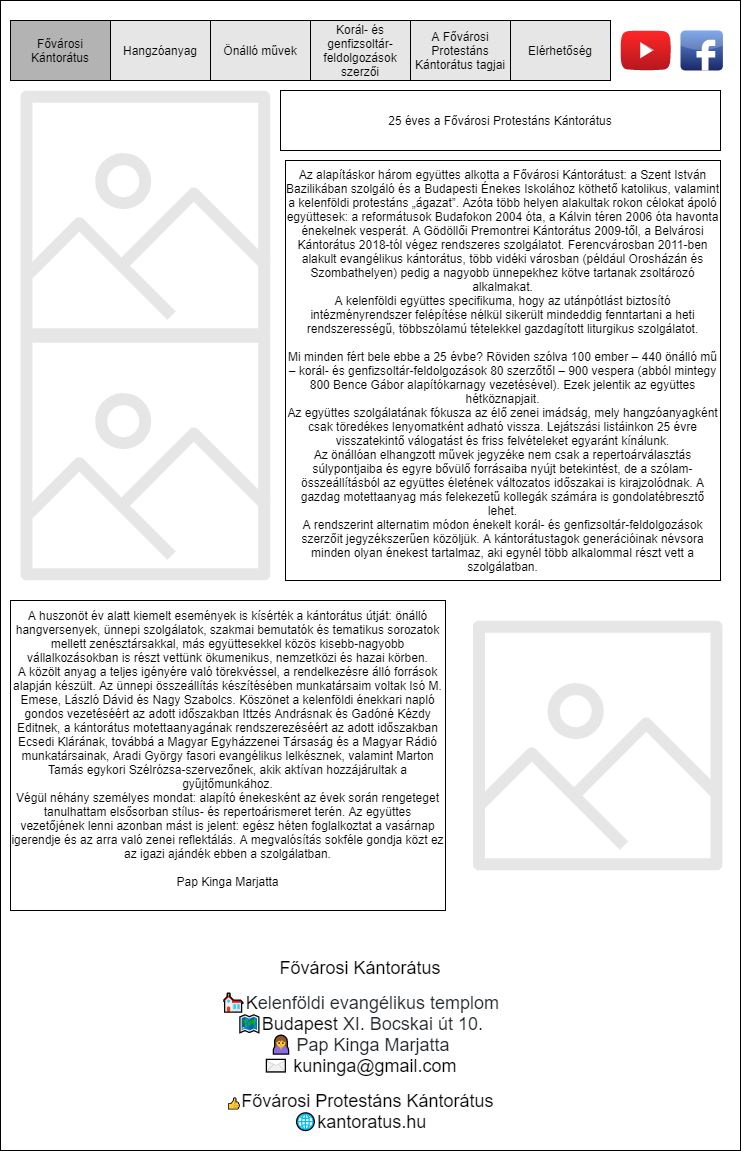
This is Docs/Specs/Fooldal/Fooldal.png from FanBar/Kantoratus, a draw.io export, as it was before one commit. Source tidied: cells renumbered, new cells last; positions are measured from the earlier drawing's top-left corner, leaving out a move shared by most shapes. The source it was exported from:
```xml
<mxGraphModel>
  <root>
    <mxCell id="0" />
    <mxCell id="1" parent="0" />
    <mxCell id="2" style="rounded=0;whiteSpace=wrap;html=1;fillColor=#FFFFFF;" parent="1" vertex="1">
      <mxGeometry width="740" height="1150" as="geometry" />
    </mxCell>
    <mxCell id="3" value="Fővárosi Kántorátus" style="rounded=0;whiteSpace=wrap;html=1;fillColor=#B3B3B3;" parent="1" vertex="1">
      <mxGeometry x="10" y="20" width="100" height="60" as="geometry" />
    </mxCell>
    <mxCell id="4" style="dashed=0;html=1;align=center;labelPosition=center;verticalLabelPosition=bottom;verticalAlign=top;shape=mxgraph.webicons.facebook;fillColor=#6294E4;gradientColor=#1A2665;" parent="1" vertex="1">
      <mxGeometry x="680" y="30" width="42.4" height="40" as="geometry" />
    </mxCell>
    <mxCell id="5" style="dashed=0;html=1;align=center;labelPosition=center;verticalLabelPosition=bottom;verticalAlign=top;shape=mxgraph.weblogos.youtube_2;fillColor=#FF2626;gradientColor=#B5171F;" parent="1" vertex="1">
      <mxGeometry x="620" y="30" width="50.4" height="40" as="geometry" />
    </mxCell>
    <mxCell id="6" value="A Fővárosi Protestáns Kántorátus tagjai" style="rounded=0;whiteSpace=wrap;html=1;fillColor=#E6E6E6;" parent="1" vertex="1">
      <mxGeometry x="410" y="20" width="100" height="60" as="geometry" />
    </mxCell>
    <mxCell id="7" value="Korál- és genfizsoltár-feldolgozások szerzői" style="rounded=0;whiteSpace=wrap;html=1;fillColor=#E6E6E6;" parent="1" vertex="1">
      <mxGeometry x="310" y="20" width="100" height="60" as="geometry" />
    </mxCell>
    <mxCell id="8" value="Önálló művek" style="rounded=0;whiteSpace=wrap;html=1;fillColor=#E6E6E6;" parent="1" vertex="1">
      <mxGeometry x="210" y="20" width="100" height="60" as="geometry" />
    </mxCell>
    <mxCell id="9" value="Hangzóanyag" style="rounded=0;whiteSpace=wrap;html=1;fillColor=#E6E6E6;" parent="1" vertex="1">
      <mxGeometry x="110" y="20" width="100" height="60" as="geometry" />
    </mxCell>
    <mxCell id="10" value="Elérhetőség" style="rounded=0;whiteSpace=wrap;html=1;fillColor=#E6E6E6;" parent="1" vertex="1">
      <mxGeometry x="510" y="20" width="100" height="60" as="geometry" />
    </mxCell>
    <mxCell id="11" style="fontColor=#232F3E;gradientColor=none;fillColor=#E6E6E6;strokeColor=none;dashed=0;verticalLabelPosition=bottom;verticalAlign=top;align=center;html=1;fontSize=12;fontStyle=0;shape=mxgraph.aws4.container_registry_image;" parent="1" vertex="1">
      <mxGeometry x="20" y="90" width="250" height="250" as="geometry" />
    </mxCell>
    <mxCell id="12" value="&lt;div&gt;&lt;span&gt;Az alapításkor három együttes alkotta a Fővárosi Kántorátust: a Szent István Bazilikában szolgáló és a Budapesti Énekes Iskolához köthető katolikus, valamint a kelenföldi protestáns „ágazat”. Azóta több helyen alakultak rokon célokat ápoló együttesek: a reformátusok Budafokon 2004 óta, a Kálvin téren 2006 óta havonta énekelnek vesperát. A Gödöllői Premontrei Kántorátus 2009-től, a Belvárosi Kántorátus 2018-tól végez rendszeres szolgálatot. Ferencvárosban 2011-ben alakult evangélikus kántorátus, több vidéki városban (például Orosházán és Szombathelyen) pedig a nagyobb ünnepekhez kötve tartanak zsoltározó alkalmakat.&lt;/span&gt;&lt;br&gt;&lt;/div&gt;&lt;div&gt;A kelenföldi együttes specifikuma, hogy az utánpótlást biztosító intézményrendszer felépítése nélkül sikerült mindeddig fenntartani a heti rendszerességű, többszólamú tételekkel gazdagított liturgikus szolgálatot.&lt;/div&gt;&lt;div&gt;&lt;br&gt;&lt;/div&gt;&lt;div&gt;Mi minden fért bele ebbe a 25 évbe? Röviden szólva 100 ember – 440 önálló mű – korál- és genfizsoltár-feldolgozások 80 szerzőtől – 900 vespera (abból mintegy 800 Bence Gábor alapítókarnagy vezetésével). Ezek jelentik az együttes hétköznapjait.&lt;/div&gt;&lt;div&gt;Az együttes szolgálatának fókusza az élő zenei imádság, mely hangzóanyagként csak töredékes lenyomatként adható vissza. Lejátszási listáinkon 25 évre visszatekintő válogatást és friss felvételeket egyaránt kínálunk.&lt;/div&gt;&lt;div&gt;Az önállóan elhangzott művek jegyzéke nem csak a repertoárválasztás súlypontjaiba és egyre bővülő forrásaiba nyújt betekintést, de a szólam-összeállításból az együttes életének változatos időszakai is kirajzolódnak. A gazdag motettaanyag más felekezetű kollegák számára is gondolatébresztő lehet.&lt;/div&gt;&lt;div&gt;A rendszerint alternatim módon énekelt korál- és genfizsoltár-feldolgozások szerzőit jegyzékszerűen közöljük. A kántorátustagok generációinak névsora minden olyan énekest tartalmaz, aki egynél több alkalommal részt vett a szolgálatban.&lt;/div&gt;" style="rounded=0;whiteSpace=wrap;html=1;fillColor=#FFFFFF;" parent="1" vertex="1">
      <mxGeometry x="285" y="160" width="435" height="420" as="geometry" />
    </mxCell>
    <mxCell id="13" value="&lt;div&gt;A huszonöt év alatt kiemelt események is kísérték a kántorátus útját: önálló hangversenyek, ünnepi szolgálatok, szakmai bemutatók és tematikus sorozatok mellett zenésztársakkal, más együttesekkel közös kisebb-nagyobb vállalkozásokban is részt vettünk ökumenikus, nemzetközi és hazai körben.&lt;/div&gt;&lt;div&gt;A közölt anyag a teljes igényére való törekvéssel, a rendelkezésre álló források alapján készült. Az ünnepi összeállítás készítésében munkatársaim voltak Isó M. Emese, László Dávid és Nagy Szabolcs. Köszönet a kelenföldi énekkari napló gondos vezetéséért az adott időszakban Ittzés Andrásnak és Gadóné Kézdy Editnek, a kántorátus motettaanyagának rendszerezéséért az adott időszakban Ecsedi Klárának, továbbá a Magyar Egyházzenei Társaság és a Magyar Rádió munkatársainak, Aradi György fasori evangélikus lelkésznek, valamint Marton Tamás egykori Szélrózsa-szervezőnek, akik aktívan hozzájárultak a gyűjtőmunkához.&lt;/div&gt;&lt;div&gt;Végül néhány személyes mondat: alapító énekesként az évek során rengeteget tanulhattam elsősorban stílus- és repertoárismeret terén. Az együttes vezetőjének lenni azonban mást is jelent: egész héten foglalkoztat a vasárnap igerendje és az arra való zenei reflektálás. A megvalósítás sokféle gondja közt ez az igazi ajándék ebben a szolgálatban.&lt;/div&gt;&lt;div&gt;&lt;span&gt;&lt;br&gt;&lt;/span&gt;&lt;/div&gt;&lt;div&gt;&lt;span&gt;Pap Kinga Marjatta&lt;/span&gt;&lt;/div&gt;&lt;div&gt; &lt;br&gt;&lt;/div&gt;" style="rounded=0;whiteSpace=wrap;html=1;fillColor=#FFFFFF;" parent="1" vertex="1">
      <mxGeometry x="10" y="600" width="435" height="310" as="geometry" />
    </mxCell>
    <mxCell id="14" value="&lt;span&gt;25 éves a Fővárosi Protestáns Kántorátus&lt;/span&gt;" style="rounded=0;whiteSpace=wrap;html=1;fillColor=#FFFFFF;" parent="1" vertex="1">
      <mxGeometry x="280" y="90" width="440" height="60" as="geometry" />
    </mxCell>
    <mxCell id="15" style="fontColor=#232F3E;gradientColor=none;fillColor=#E6E6E6;strokeColor=none;dashed=0;verticalLabelPosition=bottom;verticalAlign=top;align=center;html=1;fontSize=12;fontStyle=0;shape=mxgraph.aws4.container_registry_image;" parent="1" vertex="1">
      <mxGeometry x="472.4" y="620" width="250" height="250" as="geometry" />
    </mxCell>
    <mxCell id="16" style="fontColor=#232F3E;gradientColor=none;fillColor=#E6E6E6;strokeColor=none;dashed=0;verticalLabelPosition=bottom;verticalAlign=top;align=center;html=1;fontSize=12;fontStyle=0;shape=mxgraph.aws4.container_registry_image;" parent="1" vertex="1">
      <mxGeometry x="20" y="330" width="250" height="250" as="geometry" />
    </mxCell>
    <mxCell id="17" value="&lt;font&gt;&lt;span style=&quot;font-size: 18px&quot;&gt;Fővárosi Kántorátus&lt;/span&gt;&lt;br&gt;&lt;br&gt;&lt;font&gt;&lt;span style=&quot;font-size: 18px&quot;&gt;⛪K&lt;/span&gt;&lt;span style=&quot;font-size: 18px ; color: rgb(36 , 41 , 46) ; background-color: rgb(255 , 255 , 255)&quot;&gt;elenföldi evangélikus templom&lt;br&gt;&lt;/span&gt;&lt;span style=&quot;font-size: 18px&quot;&gt;🗺️Budapest&amp;nbsp;&lt;/span&gt;&lt;span style=&quot;font-size: 18px ; color: rgb(36 , 41 , 46) ; background-color: rgb(255 , 255 , 255)&quot;&gt;XI. Bocskai út 10.&lt;br&gt;&lt;/span&gt;&lt;span style=&quot;font-size: 18px&quot;&gt;🙍&amp;nbsp;&lt;/span&gt;&lt;span style=&quot;font-size: 18px ; color: rgb(36 , 41 , 46) ; background-color: rgb(255 , 255 , 255)&quot;&gt;Pap Kinga Marjatta&lt;/span&gt;&lt;br&gt;&lt;span style=&quot;font-size: 18px&quot;&gt;✉️&amp;nbsp;&lt;/span&gt;&lt;a href=&quot;mailto:kuninga@gmail.com&quot; style=&quot;font-size: 18px ; box-sizing: border-box ; background-color: rgb(255 , 255 , 255)&quot;&gt;kuninga@gmail.com&lt;/a&gt;&lt;br&gt;&lt;br&gt;👍&lt;font style=&quot;font-size: 18px&quot;&gt;Fővárosi Protestáns Kántorátus&lt;/font&gt;&lt;br&gt;&lt;span style=&quot;font-size: 18px&quot;&gt;🌐kantoratus.hu&lt;/span&gt;&lt;/font&gt;&lt;/font&gt;" style="text;html=1;strokeColor=none;fillColor=none;align=center;verticalAlign=middle;whiteSpace=wrap;rounded=0;" parent="1" vertex="1">
      <mxGeometry x="195" y="950" width="330" height="190" as="geometry" />
    </mxCell>
  </root>
</mxGraphModel>
```
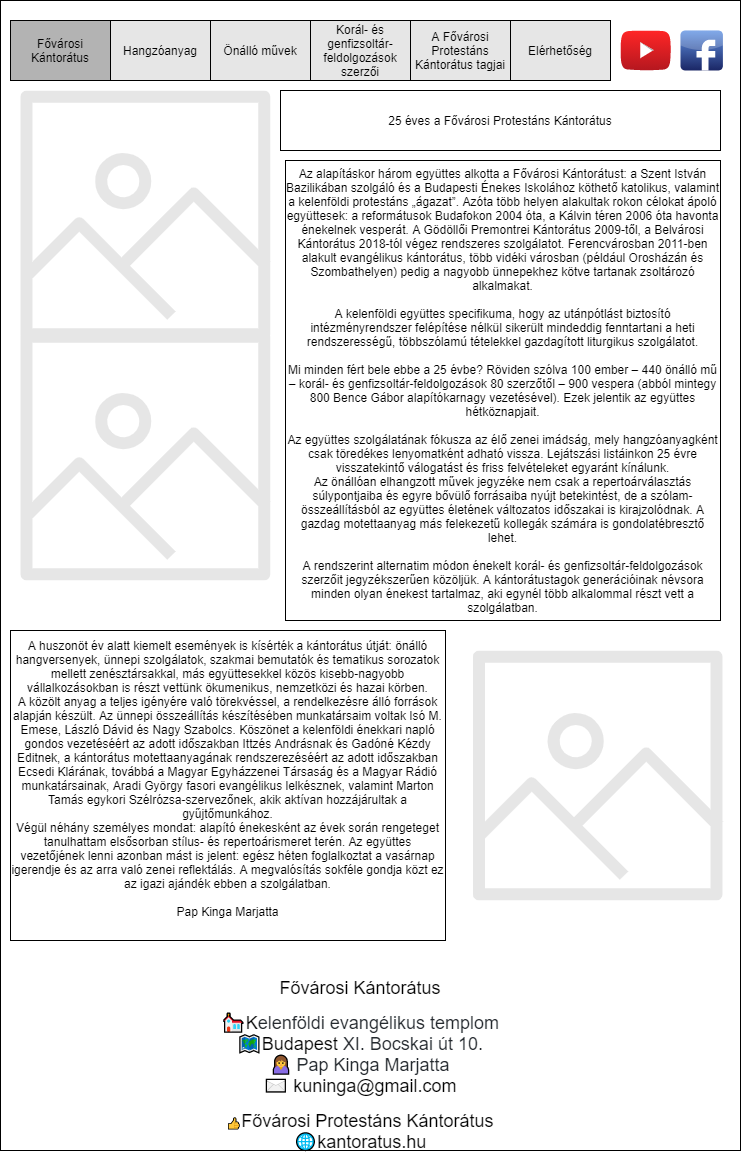
Above is the later version.

Commit message:
Torzsszoveg tordeles modositas

Diff of the diagram source:
```diff
@@ -32,23 +32,23 @@
     <mxCell id="11" style="fontColor=#232F3E;gradientColor=none;fillColor=#E6E6E6;strokeColor=none;dashed=0;verticalLabelPosition=bottom;verticalAlign=top;align=center;html=1;fontSize=12;fontStyle=0;shape=mxgraph.aws4.container_registry_image;" parent="1" vertex="1">
       <mxGeometry x="20" y="90" width="250" height="250" as="geometry" />
     </mxCell>
-    <mxCell id="12" value="&lt;div&gt;&lt;span&gt;Az alapításkor három együttes alkotta a Fővárosi Kántorátust: a Szent István Bazilikában szolgáló és a Budapesti Énekes Iskolához köthető katolikus, valamint a kelenföldi protestáns „ágazat”. Azóta több helyen alakultak rokon célokat ápoló együttesek: a reformátusok Budafokon 2004 óta, a Kálvin téren 2006 óta havonta énekelnek vesperát. A Gödöllői Premontrei Kántorátus 2009-től, a Belvárosi Kántorátus 2018-tól végez rendszeres szolgálatot. Ferencvárosban 2011-ben alakult evangélikus kántorátus, több vidéki városban (például Orosházán és Szombathelyen) pedig a nagyobb ünnepekhez kötve tartanak zsoltározó alkalmakat.&lt;/span&gt;&lt;br&gt;&lt;/div&gt;&lt;div&gt;A kelenföldi együttes specifikuma, hogy az utánpótlást biztosító intézményrendszer felépítése nélkül sikerült mindeddig fenntartani a heti rendszerességű, többszólamú tételekkel gazdagított liturgikus szolgálatot.&lt;/div&gt;&lt;div&gt;&lt;br&gt;&lt;/div&gt;&lt;div&gt;Mi minden fért bele ebbe a 25 évbe? Röviden szólva 100 ember – 440 önálló mű – korál- és genfizsoltár-feldolgozások 80 szerzőtől – 900 vespera (abból mintegy 800 Bence Gábor alapítókarnagy vezetésével). Ezek jelentik az együttes hétköznapjait.&lt;/div&gt;&lt;div&gt;Az együttes szolgálatának fókusza az élő zenei imádság, mely hangzóanyagként csak töredékes lenyomatként adható vissza. Lejátszási listáinkon 25 évre visszatekintő válogatást és friss felvételeket egyaránt kínálunk.&lt;/div&gt;&lt;div&gt;Az önállóan elhangzott művek jegyzéke nem csak a repertoárválasztás súlypontjaiba és egyre bővülő forrásaiba nyújt betekintést, de a szólam-összeállításból az együttes életének változatos időszakai is kirajzolódnak. A gazdag motettaanyag más felekezetű kollegák számára is gondolatébresztő lehet.&lt;/div&gt;&lt;div&gt;A rendszerint alternatim módon énekelt korál- és genfizsoltár-feldolgozások szerzőit jegyzékszerűen közöljük. A kántorátustagok generációinak névsora minden olyan énekest tartalmaz, aki egynél több alkalommal részt vett a szolgálatban.&lt;/div&gt;" style="rounded=0;whiteSpace=wrap;html=1;fillColor=#FFFFFF;" parent="1" vertex="1">
-      <mxGeometry x="285" y="160" width="435" height="420" as="geometry" />
+    <mxCell id="12" value="&lt;div&gt;&lt;span&gt;Az alapításkor három együttes alkotta a Fővárosi Kántorátust: a Szent István Bazilikában szolgáló és a Budapesti Énekes Iskolához köthető katolikus, valamint a kelenföldi protestáns „ágazat”. Azóta több helyen alakultak rokon célokat ápoló együttesek: a reformátusok Budafokon 2004 óta, a Kálvin téren 2006 óta havonta énekelnek vesperát. A Gödöllői Premontrei Kántorátus 2009-től, a Belvárosi Kántorátus 2018-tól végez rendszeres szolgálatot. Ferencvárosban 2011-ben alakult evangélikus kántorátus, több vidéki városban (például Orosházán és Szombathelyen) pedig a nagyobb ünnepekhez kötve tartanak zsoltározó alkalmakat.&lt;/span&gt;&lt;br&gt;&lt;/div&gt;&lt;div&gt;&lt;span&gt;&lt;br&gt;&lt;/span&gt;&lt;/div&gt;&lt;div&gt;A kelenföldi együttes specifikuma, hogy az utánpótlást biztosító intézményrendszer felépítése nélkül sikerült mindeddig fenntartani a heti rendszerességű, többszólamú tételekkel gazdagított liturgikus szolgálatot.&lt;/div&gt;&lt;div&gt;&lt;br&gt;&lt;/div&gt;&lt;div&gt;Mi minden fért bele ebbe a 25 évbe? Röviden szólva 100 ember – 440 önálló mű – korál- és genfizsoltár-feldolgozások 80 szerzőtől – 900 vespera (abból mintegy 800 Bence Gábor alapítókarnagy vezetésével). Ezek jelentik az együttes hétköznapjait.&lt;/div&gt;&lt;div&gt;&lt;br&gt;&lt;/div&gt;&lt;div&gt;Az együttes szolgálatának fókusza az élő zenei imádság, mely hangzóanyagként csak töredékes lenyomatként adható vissza. Lejátszási listáinkon 25 évre visszatekintő válogatást és friss felvételeket egyaránt kínálunk.&lt;/div&gt;&lt;div&gt;Az önállóan elhangzott művek jegyzéke nem csak a repertoárválasztás súlypontjaiba és egyre bővülő forrásaiba nyújt betekintést, de a szólam-összeállításból az együttes életének változatos időszakai is kirajzolódnak. A gazdag motettaanyag más felekezetű kollegák számára is gondolatébresztő lehet.&lt;/div&gt;&lt;div&gt;&lt;br&gt;&lt;/div&gt;&lt;div&gt;A rendszerint alternatim módon énekelt korál- és genfizsoltár-feldolgozások szerzőit jegyzékszerűen közöljük. A kántorátustagok generációinak névsora minden olyan énekest tartalmaz, aki egynél több alkalommal részt vett a szolgálatban.&lt;/div&gt;" style="rounded=0;whiteSpace=wrap;html=1;fillColor=#FFFFFF;" parent="1" vertex="1">
+      <mxGeometry x="285" y="160" width="435" height="460" as="geometry" />
     </mxCell>
     <mxCell id="13" value="&lt;div&gt;A huszonöt év alatt kiemelt események is kísérték a kántorátus útját: önálló hangversenyek, ünnepi szolgálatok, szakmai bemutatók és tematikus sorozatok mellett zenésztársakkal, más együttesekkel közös kisebb-nagyobb vállalkozásokban is részt vettünk ökumenikus, nemzetközi és hazai körben.&lt;/div&gt;&lt;div&gt;A közölt anyag a teljes igényére való törekvéssel, a rendelkezésre álló források alapján készült. Az ünnepi összeállítás készítésében munkatársaim voltak Isó M. Emese, László Dávid és Nagy Szabolcs. Köszönet a kelenföldi énekkari napló gondos vezetéséért az adott időszakban Ittzés Andrásnak és Gadóné Kézdy Editnek, a kántorátus motettaanyagának rendszerezéséért az adott időszakban Ecsedi Klárának, továbbá a Magyar Egyházzenei Társaság és a Magyar Rádió munkatársainak, Aradi György fasori evangélikus lelkésznek, valamint Marton Tamás egykori Szélrózsa-szervezőnek, akik aktívan hozzájárultak a gyűjtőmunkához.&lt;/div&gt;&lt;div&gt;Végül néhány személyes mondat: alapító énekesként az évek során rengeteget tanulhattam elsősorban stílus- és repertoárismeret terén. Az együttes vezetőjének lenni azonban mást is jelent: egész héten foglalkoztat a vasárnap igerendje és az arra való zenei reflektálás. A megvalósítás sokféle gondja közt ez az igazi ajándék ebben a szolgálatban.&lt;/div&gt;&lt;div&gt;&lt;span&gt;&lt;br&gt;&lt;/span&gt;&lt;/div&gt;&lt;div&gt;&lt;span&gt;Pap Kinga Marjatta&lt;/span&gt;&lt;/div&gt;&lt;div&gt; &lt;br&gt;&lt;/div&gt;" style="rounded=0;whiteSpace=wrap;html=1;fillColor=#FFFFFF;" parent="1" vertex="1">
-      <mxGeometry x="10" y="600" width="435" height="310" as="geometry" />
+      <mxGeometry x="10" y="630" width="435" height="310" as="geometry" />
     </mxCell>
     <mxCell id="14" value="&lt;span&gt;25 éves a Fővárosi Protestáns Kántorátus&lt;/span&gt;" style="rounded=0;whiteSpace=wrap;html=1;fillColor=#FFFFFF;" parent="1" vertex="1">
       <mxGeometry x="280" y="90" width="440" height="60" as="geometry" />
     </mxCell>
     <mxCell id="15" style="fontColor=#232F3E;gradientColor=none;fillColor=#E6E6E6;strokeColor=none;dashed=0;verticalLabelPosition=bottom;verticalAlign=top;align=center;html=1;fontSize=12;fontStyle=0;shape=mxgraph.aws4.container_registry_image;" parent="1" vertex="1">
-      <mxGeometry x="472.4" y="620" width="250" height="250" as="geometry" />
+      <mxGeometry x="472.4" y="650" width="250" height="250" as="geometry" />
     </mxCell>
     <mxCell id="16" style="fontColor=#232F3E;gradientColor=none;fillColor=#E6E6E6;strokeColor=none;dashed=0;verticalLabelPosition=bottom;verticalAlign=top;align=center;html=1;fontSize=12;fontStyle=0;shape=mxgraph.aws4.container_registry_image;" parent="1" vertex="1">
       <mxGeometry x="20" y="330" width="250" height="250" as="geometry" />
     </mxCell>
     <mxCell id="17" value="&lt;font&gt;&lt;span style=&quot;font-size: 18px&quot;&gt;Fővárosi Kántorátus&lt;/span&gt;&lt;br&gt;&lt;br&gt;&lt;font&gt;&lt;span style=&quot;font-size: 18px&quot;&gt;⛪K&lt;/span&gt;&lt;span style=&quot;font-size: 18px ; color: rgb(36 , 41 , 46) ; background-color: rgb(255 , 255 , 255)&quot;&gt;elenföldi evangélikus templom&lt;br&gt;&lt;/span&gt;&lt;span style=&quot;font-size: 18px&quot;&gt;🗺️Budapest&amp;nbsp;&lt;/span&gt;&lt;span style=&quot;font-size: 18px ; color: rgb(36 , 41 , 46) ; background-color: rgb(255 , 255 , 255)&quot;&gt;XI. Bocskai út 10.&lt;br&gt;&lt;/span&gt;&lt;span style=&quot;font-size: 18px&quot;&gt;🙍&amp;nbsp;&lt;/span&gt;&lt;span style=&quot;font-size: 18px ; color: rgb(36 , 41 , 46) ; background-color: rgb(255 , 255 , 255)&quot;&gt;Pap Kinga Marjatta&lt;/span&gt;&lt;br&gt;&lt;span style=&quot;font-size: 18px&quot;&gt;✉️&amp;nbsp;&lt;/span&gt;&lt;a href=&quot;mailto:kuninga@gmail.com&quot; style=&quot;font-size: 18px ; box-sizing: border-box ; background-color: rgb(255 , 255 , 255)&quot;&gt;kuninga@gmail.com&lt;/a&gt;&lt;br&gt;&lt;br&gt;👍&lt;font style=&quot;font-size: 18px&quot;&gt;Fővárosi Protestáns Kántorátus&lt;/font&gt;&lt;br&gt;&lt;span style=&quot;font-size: 18px&quot;&gt;🌐kantoratus.hu&lt;/span&gt;&lt;/font&gt;&lt;/font&gt;" style="text;html=1;strokeColor=none;fillColor=none;align=center;verticalAlign=middle;whiteSpace=wrap;rounded=0;" parent="1" vertex="1">
-      <mxGeometry x="195" y="950" width="330" height="190" as="geometry" />
+      <mxGeometry x="195" y="970" width="330" height="190" as="geometry" />
     </mxCell>
   </root>
 </mxGraphModel>
```
